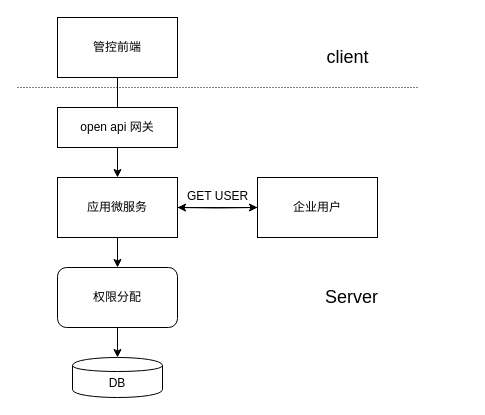
Before: appuser.drawio in chenkangzeng/appstreaming, a draw.io diagram. Source tidied: cells renumbered, new cells numbered last; positions are measured from the earlier drawing's top-left corner, leaving out a move shared by most shapes. Both pictures are drawn from the tidied source at 100%, with x=0, y=0 at pixel (17, 17).
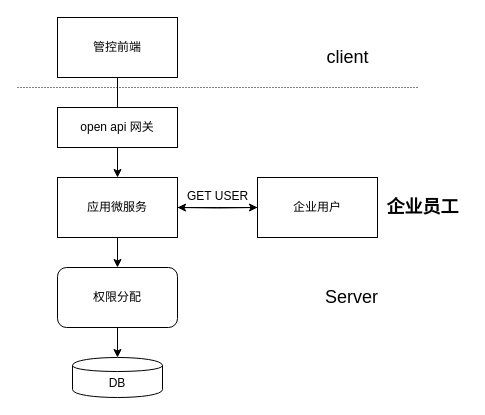
Above is the later version.

Diff of the diagram source:
```diff
@@
+    <mxCell id="17" value="&lt;b&gt;&lt;font style=&quot;font-size: 18px&quot;&gt;企业员工&lt;/font&gt;&lt;/b&gt;" style="text;html=1;align=center;verticalAlign=middle;strokeColor=none;" parent="1" vertex="1">
+      <mxGeometry x="360" y="180" width="90" height="20" as="geometry" />
+    </mxCell>
```
